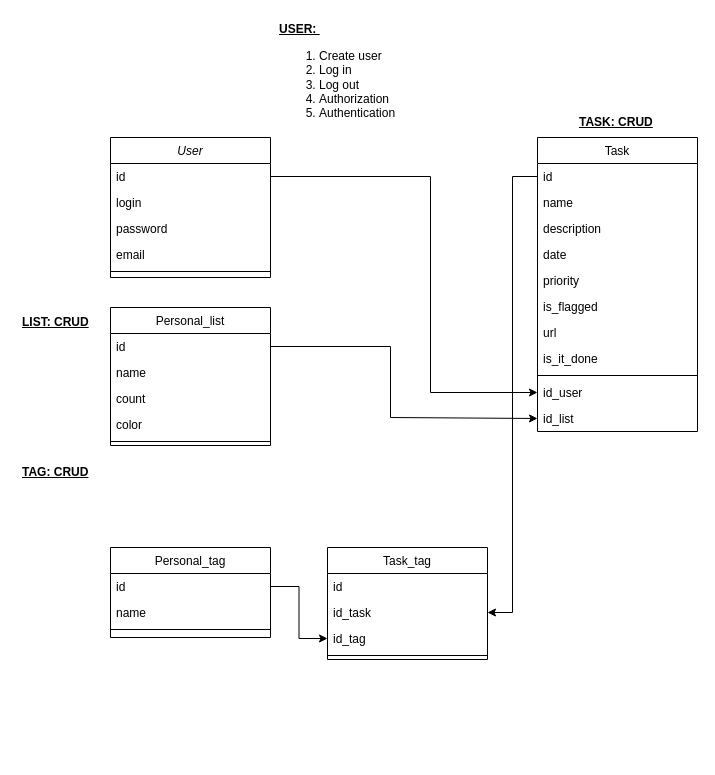
This is laravel-api.drawio from azzimandias/tasker-laravel-api, a draw.io file, before an edit. Source tidied: cells renumbered, new cells numbered last; positions are measured from the earlier drawing's top-left corner, leaving out a move shared by most shapes. Both pictures are drawn from the tidied source at 100%, with x=0, y=0 at pixel (20, 17).
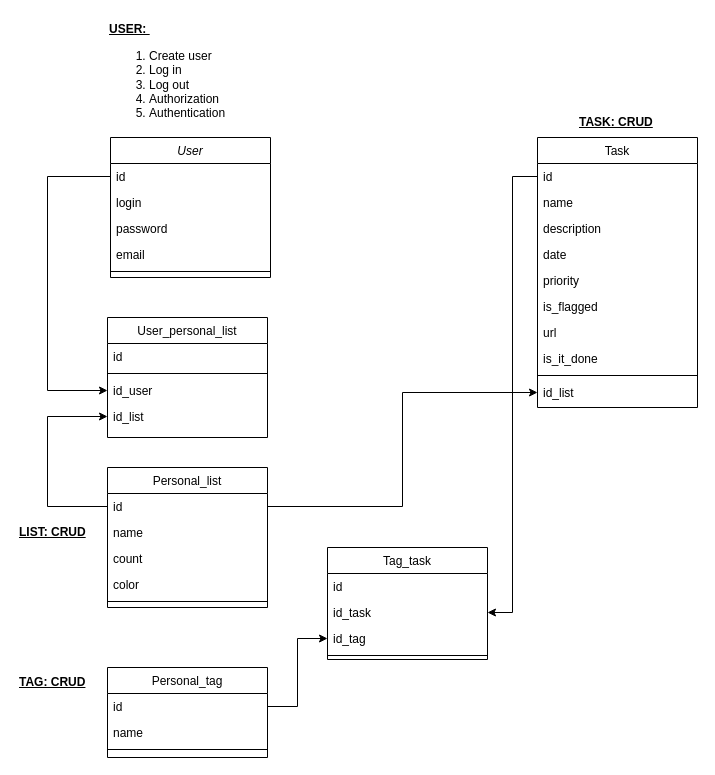
The same diagram, later.

Unchanged cells that the change refers to:
```xml
<mxCell id="3" value="id" style="text;align=left;verticalAlign=top;spacingLeft=4;spacingRight=4;overflow=hidden;points=[[0,0.5],[1,0.5]];portConstraint=eastwest;" parent="2" vertex="1">
  <mxGeometry y="26" width="160" height="26" as="geometry" />
</mxCell>
<mxCell id="13" value="id" style="text;align=left;verticalAlign=top;spacingLeft=4;spacingRight=4;overflow=hidden;points=[[0,0.5],[1,0.5]];portConstraint=eastwest;" parent="12" vertex="1">
  <mxGeometry y="26" width="160" height="26" as="geometry" />
</mxCell>
```

Change to the diagram source:
```diff
@@
     <mxCell id="8" value="Personal_tag" style="swimlane;fontStyle=0;align=center;verticalAlign=top;horizontal=1;startSize=26;rounded=0;shadow=0;strokeWidth=1;" parent="1" vertex="1">
-      <mxGeometry x="90" y="530" width="160" height="90" as="geometry" />
+      <mxGeometry x="87" y="650" width="160" height="90" as="geometry" />
     </mxCell>
@@
     <mxCell id="12" value="Personal_list" style="swimlane;fontStyle=0;align=center;verticalAlign=top;horizontal=1;startSize=26;rounded=0;shadow=0;strokeWidth=1;" parent="1" vertex="1">
-      <mxGeometry x="90" y="290" width="160" height="138" as="geometry" />
+      <mxGeometry x="87" y="450" width="160" height="140" as="geometry" />
     </mxCell>
@@
     <mxCell id="18" value="Task" style="swimlane;fontStyle=0;align=center;verticalAlign=top;horizontal=1;startSize=26;rounded=0;shadow=0;strokeWidth=1;" parent="1" vertex="1">
-      <mxGeometry x="517" y="120" width="160" height="294" as="geometry" />
+      <mxGeometry x="517" y="120" width="160" height="270" as="geometry" />
     </mxCell>
@@
-    <mxCell id="28" value="id_user" style="text;align=left;verticalAlign=top;spacingLeft=4;spacingRight=4;overflow=hidden;points=[[0,0.5],[1,0.5]];portConstraint=eastwest;" parent="18" vertex="1">
-      <mxGeometry y="242" width="160" height="26" as="geometry" />
-    </mxCell>
     <mxCell id="29" value="id_list" style="text;align=left;verticalAlign=top;spacingLeft=4;spacingRight=4;overflow=hidden;points=[[0,0.5],[1,0.5]];portConstraint=eastwest;" parent="18" vertex="1">
-      <mxGeometry y="268" width="160" height="26" as="geometry" />
+      <mxGeometry y="242" width="160" height="26" as="geometry" />
     </mxCell>
-    <mxCell id="30" value="Task_tag" style="swimlane;fontStyle=0;align=center;verticalAlign=top;horizontal=1;startSize=26;rounded=0;shadow=0;strokeWidth=1;" parent="1" vertex="1">
+    <mxCell id="30" value="Tag_task" style="swimlane;fontStyle=0;align=center;verticalAlign=top;horizontal=1;startSize=26;rounded=0;shadow=0;strokeWidth=1;" parent="1" vertex="1">
       <mxGeometry x="307" y="530" width="160" height="112" as="geometry" />
     </mxCell>
@@
-    <mxCell id="35" style="edgeStyle=orthogonalEdgeStyle;rounded=0;jettySize=auto;html=1;exitX=1;exitY=0.5;exitDx=0;exitDy=0;entryX=0;entryY=0.5;entryDx=0;entryDy=0;" parent="1" edge="1" source="3" target="28">
-      <mxGeometry relative="1" as="geometry">
-        <Array as="points">
-          <mxPoint x="410" y="159" />
-          <mxPoint x="410" y="375" />
-        </Array>
-      </mxGeometry>
-    </mxCell>
-    <mxCell id="36" style="edgeStyle=orthogonalEdgeStyle;rounded=0;jettySize=auto;html=1;exitX=1;exitY=0.5;exitDx=0;exitDy=0;entryX=0;entryY=0.5;entryDx=0;entryDy=0;" parent="1" edge="1" source="13" target="29">
-      <mxGeometry relative="1" as="geometry">
-        <Array as="points">
-          <mxPoint x="370" y="329" />
-          <mxPoint x="370" y="400" />
-        </Array>
-      </mxGeometry>
-    </mxCell>
@@
     <mxCell id="39" value="&lt;b&gt;&lt;u&gt;USER:&amp;nbsp;&lt;/u&gt;&lt;/b&gt;&lt;br&gt;&lt;ol&gt;&lt;li&gt;Create user&lt;/li&gt;&lt;li&gt;Log in&lt;/li&gt;&lt;li&gt;Log out&lt;/li&gt;&lt;li&gt;Authorization&lt;/li&gt;&lt;li&gt;Authentication&lt;/li&gt;&lt;/ol&gt;" style="text;html=1;align=left;verticalAlign=middle;strokeColor=none;fillColor=none;" parent="1" vertex="1">
-      <mxGeometry x="257" width="140" height="120" as="geometry" />
+      <mxGeometry x="87" width="140" height="120" as="geometry" />
     </mxCell>
     <mxCell id="40" value="&lt;b style=&quot;&quot;&gt;&lt;u&gt;LIST: CRUD&lt;br&gt;&lt;/u&gt;&lt;/b&gt;" style="text;html=1;align=left;verticalAlign=middle;strokeColor=none;fillColor=none;" parent="1" vertex="1">
-      <mxGeometry y="290" width="90" height="30" as="geometry" />
+      <mxGeometry x="-3" y="500" width="90" height="30" as="geometry" />
     </mxCell>
     <mxCell id="41" value="&lt;b style=&quot;&quot;&gt;&lt;u&gt;TAG: CRUD&lt;br&gt;&lt;/u&gt;&lt;/b&gt;" style="text;html=1;align=left;verticalAlign=middle;strokeColor=none;fillColor=none;" parent="1" vertex="1">
-      <mxGeometry y="440" width="90" height="30" as="geometry" />
+      <mxGeometry x="-3" y="650" width="90" height="30" as="geometry" />
     </mxCell>
@@
+    <mxCell id="36" style="edgeStyle=orthogonalEdgeStyle;rounded=0;jettySize=auto;html=1;exitX=1;exitY=0.5;exitDx=0;exitDy=0;entryX=0;entryY=0.5;entryDx=0;entryDy=0;" parent="1" edge="1" source="13" target="29">
+      <mxGeometry relative="1" as="geometry" />
+    </mxCell>
+    <mxCell id="43" value="User_personal_list" style="swimlane;fontStyle=0;align=center;verticalAlign=top;horizontal=1;startSize=26;rounded=0;shadow=0;strokeWidth=1;" parent="1" vertex="1">
+      <mxGeometry x="87" y="300" width="160" height="120" as="geometry" />
+    </mxCell>
+    <mxCell id="44" value="id" style="text;align=left;verticalAlign=top;spacingLeft=4;spacingRight=4;overflow=hidden;" parent="43" vertex="1">
+      <mxGeometry y="26" width="160" height="26" as="geometry" />
+    </mxCell>
+    <mxCell id="45" style="line;html=1;strokeWidth=1;align=left;verticalAlign=middle;spacingTop=-1;spacingLeft=3;spacingRight=3;labelPosition=right;" parent="43" vertex="1">
+      <mxGeometry y="52" width="160" height="8" as="geometry" />
+    </mxCell>
+    <mxCell id="28" value="id_user" style="text;align=left;verticalAlign=top;spacingLeft=4;spacingRight=4;overflow=hidden;points=[[0,0.5],[1,0.5]];portConstraint=eastwest;" parent="43" vertex="1">
+      <mxGeometry y="60" width="160" height="26" as="geometry" />
+    </mxCell>
+    <mxCell id="46" value="id_list" style="text;align=left;verticalAlign=top;spacingLeft=4;spacingRight=4;overflow=hidden;points=[[0,0.5],[1,0.5]];portConstraint=eastwest;" parent="43" vertex="1">
+      <mxGeometry y="86" width="160" height="26" as="geometry" />
+    </mxCell>
+    <mxCell id="35" style="edgeStyle=orthogonalEdgeStyle;rounded=0;jettySize=auto;html=1;exitX=0;exitY=0.5;exitDx=0;exitDy=0;entryX=0;entryY=0.5;entryDx=0;entryDy=0;" parent="1" edge="1" source="3" target="28">
+      <mxGeometry relative="1" as="geometry">
+        <Array as="points">
+          <mxPoint x="27" y="159" />
+          <mxPoint x="27" y="373" />
+        </Array>
+      </mxGeometry>
+    </mxCell>
+    <mxCell id="47" style="edgeStyle=orthogonalEdgeStyle;rounded=0;jettySize=auto;html=1;exitX=0;exitY=0.5;exitDx=0;exitDy=0;entryX=0;entryY=0.5;entryDx=0;entryDy=0;" parent="1" edge="1" source="13" target="46">
+      <mxGeometry relative="1" as="geometry">
+        <Array as="points">
+          <mxPoint x="27" y="489" />
+          <mxPoint x="27" y="399" />
+        </Array>
+      </mxGeometry>
+    </mxCell>
```
